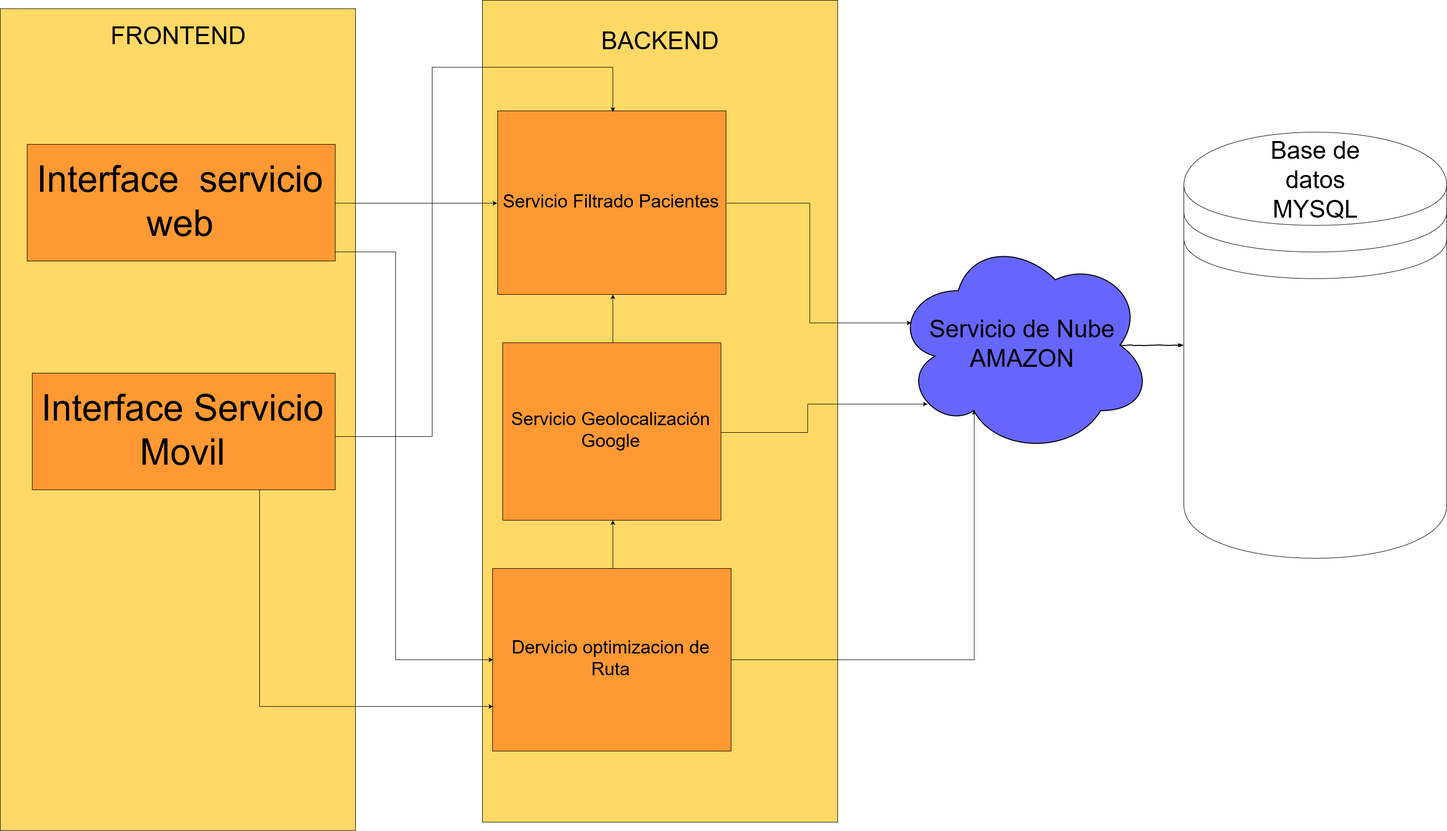
Before: Sprint1/Diagrama Deploytment.png, a diagram exported from draw.io (DanSotoC/G4HD). Source tidied: cells renumbered, new cells last; positions are measured from the earlier drawing's top-left corner, leaving out a move shared by most shapes.
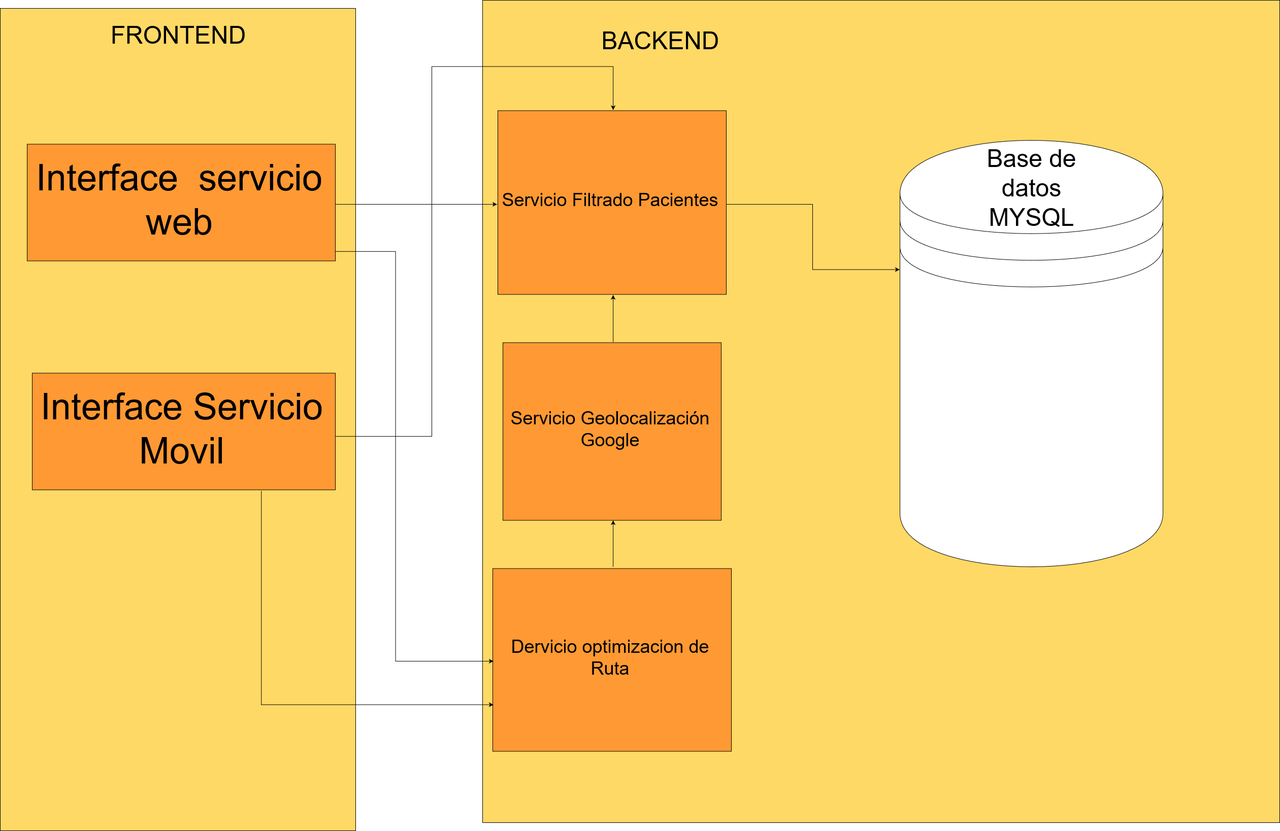
The same diagram one commit later.

What changed in the source:
```diff
@@ -6,38 +6,26 @@
       <mxGeometry y="16.5" width="700" height="1620" as="geometry" />
     </mxCell>
     <mxCell id="3" style="rounded=0;whiteSpace=wrap;html=1;fillColor=#FFD966;" parent="1" vertex="1">
-      <mxGeometry x="950" width="700" height="1620" as="geometry" />
+      <mxGeometry x="950" y="0.5" width="1570" height="1620" as="geometry" />
     </mxCell>
     <mxCell id="4" style="shape=datastore;whiteSpace=wrap;html=1;" parent="1" vertex="1">
-      <mxGeometry x="2332" y="260" width="518" height="840" as="geometry" />
+      <mxGeometry x="1772" y="276.5" width="518" height="840" as="geometry" />
     </mxCell>
     <mxCell id="5" value="&lt;font style=&quot;font-size: 48px&quot;&gt;Base de datos MYSQL&lt;/font&gt;" style="text;html=1;strokeColor=none;fillColor=none;align=center;verticalAlign=middle;whiteSpace=wrap;rounded=0;" parent="1" vertex="1">
-      <mxGeometry x="2487.5" y="320" width="207" height="70" as="geometry" />
+      <mxGeometry x="1927.5" y="336.5" width="207" height="70" as="geometry" />
     </mxCell>
-    <mxCell id="6" value="&lt;div&gt;&lt;font style=&quot;font-size: 48px&quot;&gt;Servicio de Nube&lt;/font&gt;&lt;/div&gt;&lt;div&gt;&lt;font style=&quot;font-size: 48px&quot;&gt;AMAZON&lt;/font&gt;&lt;br&gt;&lt;/div&gt;" style="ellipse;shape=cloud;strokeWidth=2;fontSize=14;whiteSpace=wrap;html=1;align=center;fillColor=#6666FF;" parent="1" vertex="1">
-      <mxGeometry x="1760" y="465" width="510" height="430" as="geometry" />
-    </mxCell>
-    <mxCell id="7" style="rounded=0;comic=1;strokeWidth=2;endArrow=blockThin;html=1;fontFamily=Comic Sans MS;fontStyle=1;entryX=0;entryY=0.5;entryDx=0;entryDy=0;exitX=0.875;exitY=0.5;exitDx=0;exitDy=0;exitPerimeter=0;" parent="1" edge="1" source="6" target="4">
-      <mxGeometry relative="1" as="geometry" />
-    </mxCell>
-    <mxCell id="8" style="edgeStyle=orthogonalEdgeStyle;rounded=0;jettySize=auto;html=1;exitX=1;exitY=0.5;exitDx=0;exitDy=0;entryX=0.07;entryY=0.4;entryDx=0;entryDy=0;entryPerimeter=0;" parent="1" edge="1" source="9" target="6">
-      <mxGeometry relative="1" as="geometry" />
-    </mxCell>
+    <mxCell id="24" style="edgeStyle=orthogonalEdgeStyle;rounded=0;jettySize=auto;html=1;exitX=1;exitY=0.5;exitDx=0;exitDy=0;entryX=0;entryY=0.3;entryDx=0;entryDy=0;" parent="1" edge="1" source="9" target="4">
+      <mxGeometry relative="1" as="geometry" />
+    </mxCell>
     <mxCell id="9" value="&lt;font style=&quot;font-size: 36px&quot;&gt;Servicio Filtrado Pacientes&lt;/font&gt;" style="rounded=0;whiteSpace=wrap;html=1;fillColor=#FF9933;" parent="1" vertex="1">
       <mxGeometry x="980" y="218" width="450" height="362" as="geometry" />
     </mxCell>
-    <mxCell id="10" style="edgeStyle=orthogonalEdgeStyle;rounded=0;jettySize=auto;html=1;exitX=1;exitY=0.5;exitDx=0;exitDy=0;entryX=0.31;entryY=0.8;entryDx=0;entryDy=0;entryPerimeter=0;" parent="1" edge="1" source="12" target="6">
-      <mxGeometry relative="1" as="geometry" />
-    </mxCell>
     <mxCell id="11" style="edgeStyle=orthogonalEdgeStyle;rounded=0;jettySize=auto;html=1;exitX=0.5;exitY=0;exitDx=0;exitDy=0;" parent="1" edge="1" source="12" target="15">
       <mxGeometry relative="1" as="geometry" />
     </mxCell>
     <mxCell id="12" value="&lt;font style=&quot;font-size: 36px&quot;&gt;Dervicio optimizacion de Ruta&lt;/font&gt;" style="rounded=0;whiteSpace=wrap;html=1;fillColor=#FF9933;" parent="1" vertex="1">
       <mxGeometry x="970" y="1120" width="470" height="360" as="geometry" />
     </mxCell>
-    <mxCell id="13" style="edgeStyle=orthogonalEdgeStyle;rounded=0;jettySize=auto;html=1;exitX=1;exitY=0.5;exitDx=0;exitDy=0;entryX=0.13;entryY=0.77;entryDx=0;entryDy=0;entryPerimeter=0;" parent="1" edge="1" source="15" target="6">
-      <mxGeometry relative="1" as="geometry" />
-    </mxCell>
     <mxCell id="14" style="edgeStyle=orthogonalEdgeStyle;rounded=0;jettySize=auto;html=1;exitX=0.5;exitY=0;exitDx=0;exitDy=0;entryX=0.5;entryY=1;entryDx=0;entryDy=0;" parent="1" edge="1" source="15" target="9">
       <mxGeometry relative="1" as="geometry" />
     </mxCell>
```
